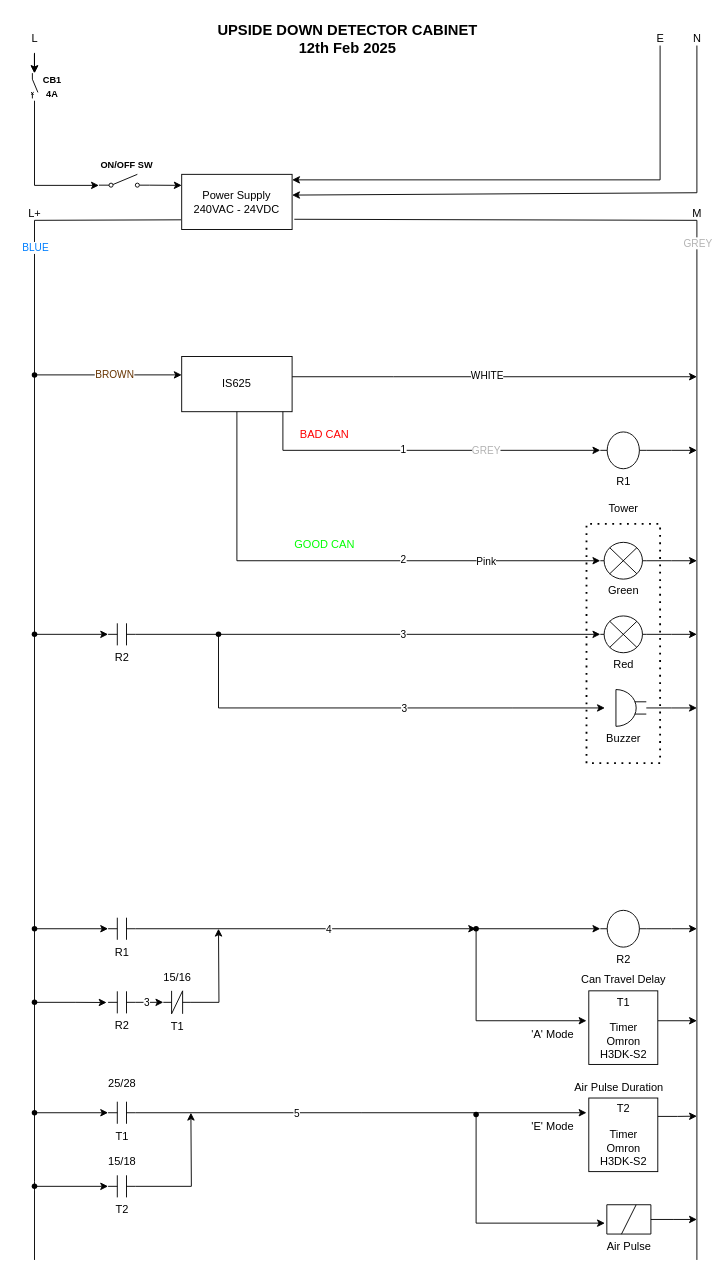
The draw.io diagram Upside Down Detector.drawio in nicholas-carnie/Nicks-files, before the edit. Source tidied: cells renumbered, new cells numbered last; positions are measured from the earlier drawing's top-left corner, leaving out a move shared by most shapes. Both pictures are drawn from the tidied source at 92%, with x=0, y=0 at pixel (16, 16).
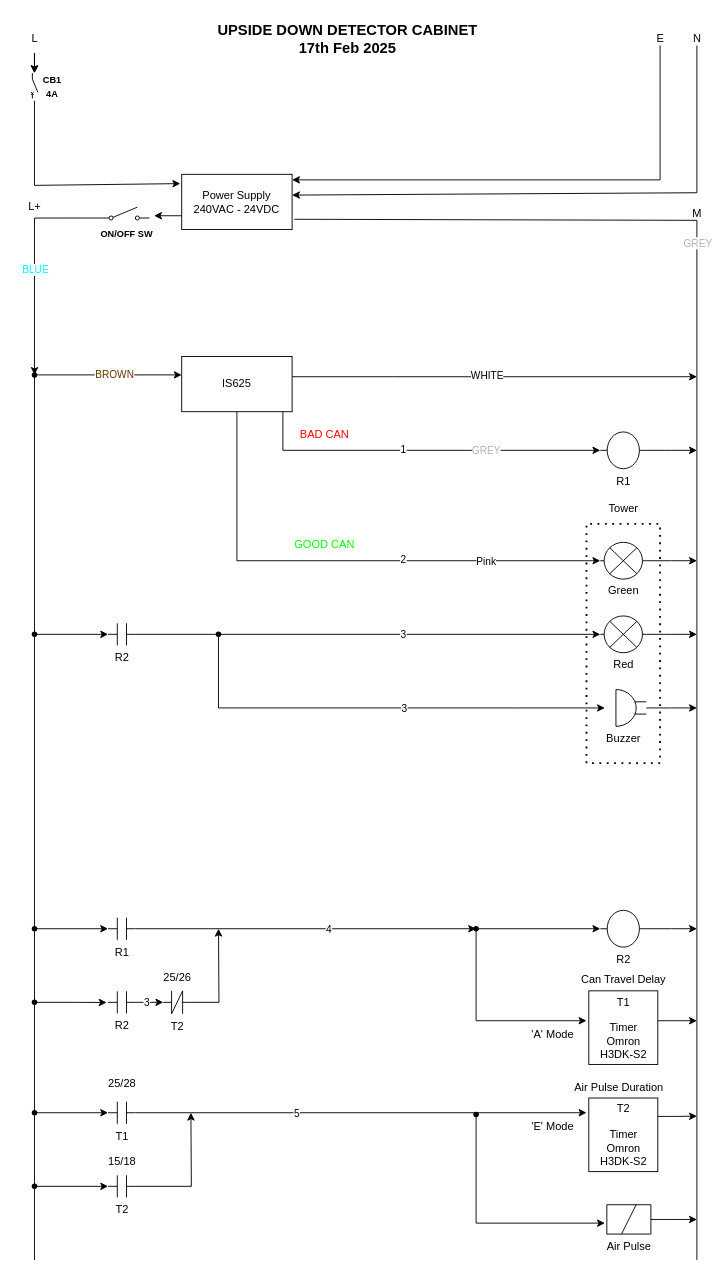
Above is the later version.

Unchanged cells that the change refers to:
```xml
<mxCell id="2" value="Power Supply&lt;div&gt;240VAC - 24VDC&lt;/div&gt;" style="rounded=0;whiteSpace=wrap;html=1;" parent="1" vertex="1">
  <mxGeometry x="180" y="172" width="120" height="60" as="geometry" />
</mxCell>
<mxCell id="45" style="shape=waypoint;sketch=0;fillStyle=solid;size=6;points=[];fillColor=none;perimeter=centerPerimeter;snapToPoint=1;" parent="1" vertex="1">
  <mxGeometry x="10" y="380" width="20" height="20" as="geometry" />
</mxCell>
```

Change to the diagram source:
```diff
@@
+    <mxCell id="105" style="edgeStyle=orthogonalEdgeStyle;rounded=0;jettySize=auto;html=1;exitX=0;exitY=0.75;exitDx=0;exitDy=0;" parent="1" edge="1" source="2">
+      <mxGeometry relative="1" as="geometry">
+        <mxPoint x="150" y="217" as="targetPoint" />
+        <Array as="points">
+          <mxPoint x="170" y="217" />
+          <mxPoint x="170" y="217" />
+        </Array>
+      </mxGeometry>
+    </mxCell>
@@
-    <mxCell id="7" style="endArrow=none;html=1;rounded=0;entryX=-0.006;entryY=0.824;entryDx=0;entryDy=0;entryPerimeter=0;" parent="1" edge="1" source="45" target="2">
-      <mxGeometry relative="1" as="geometry">
-        <Array as="points">
-          <mxPoint x="20" y="222" />
-        </Array>
-      </mxGeometry>
-    </mxCell>
-    <mxCell id="8" value="&lt;font style=&quot;color: rgb(0, 127, 255);&quot;&gt;BLUE&lt;/font&gt;" style="edgeLabel;html=1;align=center;verticalAlign=middle;" parent="7" vertex="1">
-      <mxGeometry x="-0.15" relative="1" as="geometry" />
-    </mxCell>
     <mxCell id="9" value="L+" style="text;html=1;align=center;verticalAlign=middle;strokeColor=none;fillColor=none;" parent="1" vertex="1">
-      <mxGeometry y="200" width="40" height="30" as="geometry" />
+      <mxGeometry y="192.3" width="40" height="30" as="geometry" />
     </mxCell>
@@
-    <mxCell id="61" value="T1" style="verticalLabelPosition=bottom;shadow=0;dashed=0;align=center;html=1;verticalAlign=top;shape=mxgraph.electrical.plc_ladder.not_contact;" parent="1" vertex="1">
+    <mxCell id="61" value="T2" style="verticalLabelPosition=bottom;shadow=0;dashed=0;align=center;html=1;verticalAlign=top;shape=mxgraph.electrical.plc_ladder.not_contact;" parent="1" vertex="1">
       <mxGeometry x="160" y="1059.5" width="30" height="25" as="geometry" />
     </mxCell>
@@
-    <mxCell id="71" value="15/16" style="text;html=1;align=center;verticalAlign=middle;strokeColor=none;fillColor=none;" parent="1" vertex="1">
+    <mxCell id="71" value="25/26" style="text;html=1;align=center;verticalAlign=middle;strokeColor=none;fillColor=none;" parent="1" vertex="1">
       <mxGeometry x="150" y="1030" width="50" height="30" as="geometry" />
     </mxCell>
@@
     <mxCell id="84" style="html=1;shape=mxgraph.electrical.electro-mechanical.singleSwitch;elSwitchState=off;" parent="1" vertex="1">
-      <mxGeometry x="90" y="172" width="55" height="14.7" as="geometry" />
+      <mxGeometry x="90" y="207.7" width="55" height="14.7" as="geometry" />
     </mxCell>
@@
-    <mxCell id="87" style="endArrow=classic;html=1;rounded=0;" parent="1" edge="1">
+    <mxCell id="87" style="endArrow=classic;html=1;rounded=0;entryX=-0.013;entryY=0.168;entryDx=0;entryDy=0;entryPerimeter=0;" parent="1" edge="1" target="2">
       <mxGeometry relative="1" as="geometry">
         <mxPoint x="20" y="92" as="sourcePoint" />
-        <mxPoint x="90" y="184" as="targetPoint" />
         <Array as="points">
           <mxPoint x="20" y="184" />
         </Array>
       </mxGeometry>
     </mxCell>
-    <mxCell id="88" style="endArrow=classic;html=1;rounded=0;exitX=1;exitY=0.8;exitDx=0;exitDy=0;" parent="1" edge="1" source="84">
-      <mxGeometry relative="1" as="geometry">
-        <mxPoint x="180" y="184" as="targetPoint" />
-      </mxGeometry>
-    </mxCell>
@@
     <mxCell id="90" value="ON/OFF SW" style="text;html=1;align=center;verticalAlign=middle;strokeColor=none;fillColor=none;fontSize=10;fontStyle=1;" parent="1" vertex="1">
-      <mxGeometry x="80" y="147" width="80" height="30" as="geometry" />
+      <mxGeometry x="80" y="222.3" width="80" height="30" as="geometry" />
     </mxCell>
-    <mxCell id="91" value="UPSIDE DOWN DETECTOR CABINET&lt;div&gt;12th Feb 2025&lt;/div&gt;" style="text;html=1;align=center;verticalAlign=middle;strokeColor=none;fillColor=none;fontStyle=1;fontSize=16;" parent="1" vertex="1">
+    <mxCell id="91" value="UPSIDE DOWN DETECTOR CABINET&lt;div&gt;17th Feb 2025&lt;/div&gt;" style="text;html=1;align=center;verticalAlign=middle;strokeColor=none;fillColor=none;fontStyle=1;fontSize=16;" parent="1" vertex="1">
       <mxGeometry x="210" width="300" height="50" as="geometry" />
     </mxCell>
@@
+    <mxCell id="106" style="edgeStyle=orthogonalEdgeStyle;rounded=0;jettySize=auto;html=1;exitX=0;exitY=0.8;exitDx=0;exitDy=0;entryX=0.608;entryY=0.017;entryDx=0;entryDy=0;entryPerimeter=0;" parent="1" edge="1" source="84" target="45">
+      <mxGeometry relative="1" as="geometry" />
+    </mxCell>
+    <mxCell id="8" value="BLUE" style="edgeLabel;html=1;align=center;verticalAlign=middle;fontColor=#00FFFF;" parent="106" vertex="1">
+      <mxGeometry x="0.05" relative="1" as="geometry" />
+    </mxCell>
```
